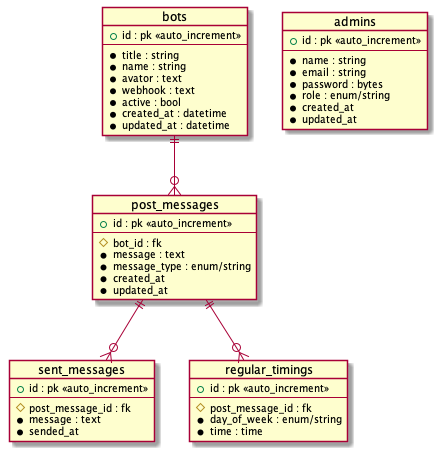
Before: document/design/er.png, a diagram exported from PlantUML (takemo101/dc-scheduler). Its diagram source:
```plantuml
@startuml er

object bots {
    + id : pk <<auto_increment>>
    --
    * title : string
    * name : string
    * avator : text
    * webhook : text
    * active : bool
    * created_at : datetime
    * updated_at : datetime
}

object post_messages {
    + id : pk <<auto_increment>>
    --
    # bot_id : fk
    * message : text
    * message_type : enum/string
    * created_at
    * updated_at
}

object sent_messages {
    + id : pk <<auto_increment>>
    --
    # post_message_id : fk
    * message : text
    * sended_at
}

object regular_timings {
    + id : pk <<auto_increment>>
    --
    # post_message_id : fk
    * day_of_week : enum/string
    * time : time
}

object admins {
    + id : pk <<auto_increment>>
    --
    * name : string
    * email : string
    * password : bytes
    * role : enum/string
    * created_at
    * updated_at
}

bots ||--o{ post_messages
post_messages ||--o{ regular_timings
post_messages ||--o{ sent_messages
@enduml
```
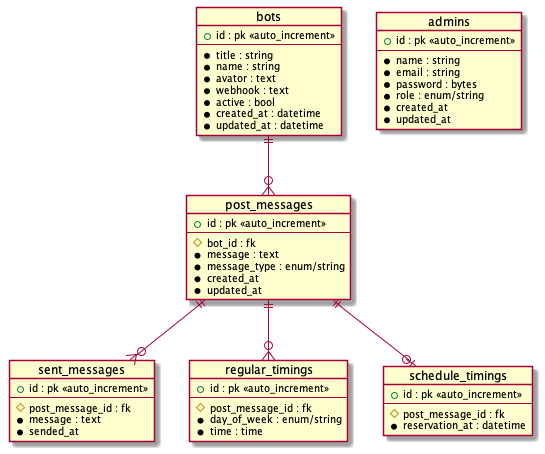
After the change.

What changed in the source:
```diff
@@ -38,6 +38,14 @@
     * time : time
 }
 
+object schedule_timings {
+    + id : pk <<auto_increment>>
+    --
+    # post_message_id : fk
+    * reservation_at : datetime
+}
+
+
 object admins {
     + id : pk <<auto_increment>>
     --
@@ -51,5 +59,6 @@
 
 bots ||--o{ post_messages
 post_messages ||--o{ regular_timings
+post_messages ||--o| schedule_timings
 post_messages ||--o{ sent_messages
 @enduml
```
